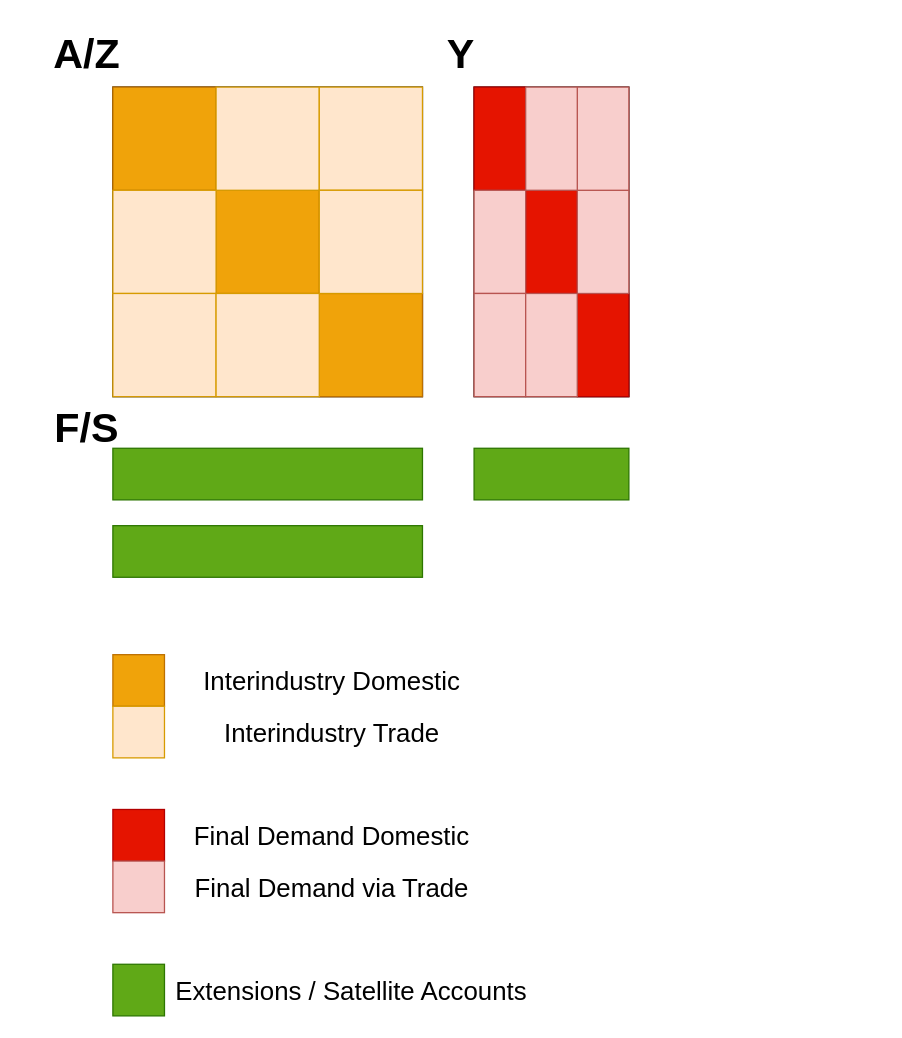
Earlier version of the draw.io diagram eemrio_structure.drawio (konstantinstadler/mrio_pres_util). Source tidied: cells renumbered, new cells numbered last; positions are measured from the earlier drawing's top-left corner, leaving out a move shared by most shapes. Both pictures are drawn from the tidied source at 129%, with x=0, y=0 at pixel (22, 22).
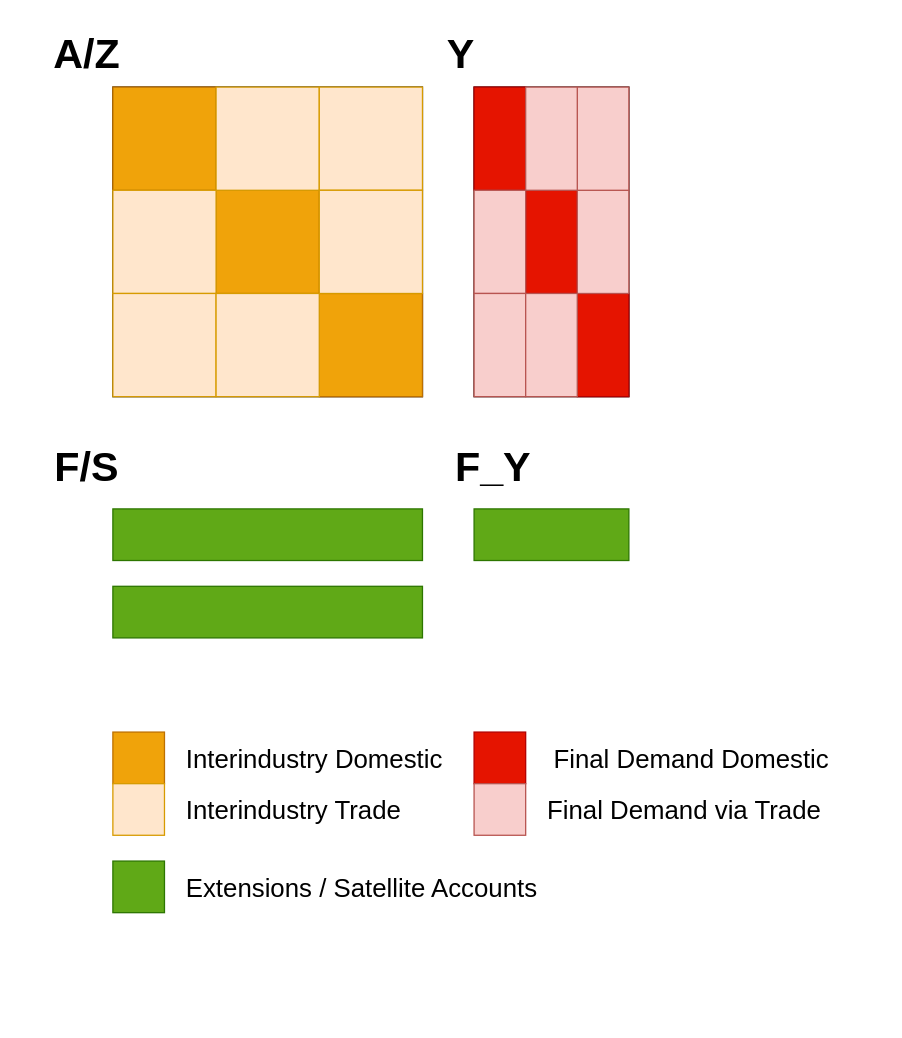
Above is the later version.

The edit, as a diff of the source:
```diff
@@
     <mxCell id="4" style="rounded=0;whiteSpace=wrap;html=1;fillColor=#60a917;fontColor=#ffffff;strokeColor=#2D7600;" parent="1" vertex="1">
-      <mxGeometry x="70" y="330" width="240" height="40" as="geometry" />
+      <mxGeometry x="70" y="377" width="240" height="40" as="geometry" />
     </mxCell>
     <mxCell id="5" style="rounded=0;whiteSpace=wrap;html=1;fillColor=#60a917;fontColor=#ffffff;strokeColor=#2D7600;" parent="1" vertex="1">
-      <mxGeometry x="70" y="390" width="240" height="40" as="geometry" />
+      <mxGeometry x="70" y="437" width="240" height="40" as="geometry" />
     </mxCell>
@@
     <mxCell id="24" style="whiteSpace=wrap;html=1;fillColor=#f0a30a;strokeColor=#BD7000;fontColor=#000000;" parent="1" vertex="1">
-      <mxGeometry x="70" y="490" width="40" height="40" as="geometry" />
+      <mxGeometry x="70" y="550" width="40" height="40" as="geometry" />
     </mxCell>
     <mxCell id="25" style="whiteSpace=wrap;html=1;fillColor=#ffe6cc;strokeColor=#d79b00;" parent="1" vertex="1">
-      <mxGeometry x="70" y="530" width="40" height="40" as="geometry" />
+      <mxGeometry x="70" y="590" width="40" height="40" as="geometry" />
     </mxCell>
     <mxCell id="26" style="rounded=0;whiteSpace=wrap;html=1;fillColor=#e51400;fontColor=#ffffff;strokeColor=#B20000;" parent="1" vertex="1">
-      <mxGeometry x="70" y="610" width="40" height="40" as="geometry" />
+      <mxGeometry x="350" y="550" width="40" height="40" as="geometry" />
     </mxCell>
     <mxCell id="27" style="rounded=0;whiteSpace=wrap;html=1;fillColor=#f8cecc;strokeColor=#b85450;" parent="1" vertex="1">
-      <mxGeometry x="70" y="650" width="40" height="40" as="geometry" />
+      <mxGeometry x="350" y="590" width="40" height="40" as="geometry" />
     </mxCell>
     <mxCell id="28" style="rounded=0;whiteSpace=wrap;html=1;fillColor=#60a917;fontColor=#ffffff;strokeColor=#2D7600;" parent="1" vertex="1">
-      <mxGeometry x="70" y="730" width="40" height="40" as="geometry" />
+      <mxGeometry x="70" y="650" width="40" height="40" as="geometry" />
     </mxCell>
-    <mxCell id="29" value="Interindustry Domestic" style="text;html=1;strokeColor=none;fillColor=none;align=center;verticalAlign=middle;whiteSpace=wrap;rounded=0;fontSize=20;" parent="1" vertex="1">
-      <mxGeometry x="110" y="490" width="260" height="40" as="geometry" />
+    <mxCell id="29" value="Interindustry Domestic" style="text;html=1;strokeColor=none;fillColor=none;align=left;verticalAlign=middle;whiteSpace=wrap;rounded=0;fontSize=20;" parent="1" vertex="1">
+      <mxGeometry x="125" y="550" width="260" height="40" as="geometry" />
     </mxCell>
-    <mxCell id="30" value="Interindustry Trade" style="text;html=1;strokeColor=none;fillColor=none;align=center;verticalAlign=middle;whiteSpace=wrap;rounded=0;fontSize=20;" parent="1" vertex="1">
-      <mxGeometry x="110" y="530" width="260" height="40" as="geometry" />
+    <mxCell id="30" value="Interindustry Trade" style="text;html=1;strokeColor=none;fillColor=none;align=left;verticalAlign=middle;whiteSpace=wrap;rounded=0;fontSize=20;" parent="1" vertex="1">
+      <mxGeometry x="125" y="590" width="260" height="40" as="geometry" />
     </mxCell>
-    <mxCell id="31" value="Final Demand Domestic" style="text;html=1;strokeColor=none;fillColor=none;align=center;verticalAlign=middle;whiteSpace=wrap;rounded=0;fontSize=20;" parent="1" vertex="1">
-      <mxGeometry x="110" y="610" width="260" height="40" as="geometry" />
+    <mxCell id="31" value="Final Demand Domestic" style="text;html=1;strokeColor=none;fillColor=none;align=left;verticalAlign=middle;whiteSpace=wrap;rounded=0;fontSize=20;" parent="1" vertex="1">
+      <mxGeometry x="410" y="550" width="255" height="40" as="geometry" />
     </mxCell>
-    <mxCell id="32" value="Final Demand via Trade" style="text;html=1;strokeColor=none;fillColor=none;align=center;verticalAlign=middle;whiteSpace=wrap;rounded=0;fontSize=20;" parent="1" vertex="1">
-      <mxGeometry x="110" y="650" width="260" height="40" as="geometry" />
+    <mxCell id="32" value="Final Demand via Trade" style="text;html=1;strokeColor=none;fillColor=none;align=left;verticalAlign=middle;whiteSpace=wrap;rounded=0;fontSize=20;" parent="1" vertex="1">
+      <mxGeometry x="405" y="590" width="260" height="40" as="geometry" />
     </mxCell>
-    <mxCell id="33" value="Extensions / Satellite Accounts" style="text;html=1;strokeColor=none;fillColor=none;align=center;verticalAlign=middle;whiteSpace=wrap;rounded=0;fontSize=20;" parent="1" vertex="1">
-      <mxGeometry x="110" y="730" width="290" height="40" as="geometry" />
+    <mxCell id="33" value="Extensions / Satellite Accounts" style="text;html=1;strokeColor=none;fillColor=none;align=left;verticalAlign=middle;whiteSpace=wrap;rounded=0;fontSize=20;" parent="1" vertex="1">
+      <mxGeometry x="125" y="650" width="290" height="40" as="geometry" />
     </mxCell>
     <mxCell id="34" style="rounded=0;whiteSpace=wrap;html=1;fillColor=#60a917;fontColor=#ffffff;strokeColor=#2D7600;" parent="1" vertex="1">
-      <mxGeometry x="350" y="330" width="120" height="40" as="geometry" />
+      <mxGeometry x="350" y="377" width="120" height="40" as="geometry" />
     </mxCell>
@@
     <mxCell id="37" value="&lt;font style=&quot;font-size: 32px;&quot;&gt;&lt;b&gt;F/S&lt;/b&gt;&lt;/font&gt;" style="text;html=1;strokeColor=none;fillColor=none;align=center;verticalAlign=middle;whiteSpace=wrap;rounded=0;" parent="1" vertex="1">
-      <mxGeometry y="290" width="100" height="50" as="geometry" />
+      <mxGeometry y="320" width="100" height="50" as="geometry" />
     </mxCell>
+    <mxCell id="38" value="&lt;font style=&quot;font-size: 32px;&quot;&gt;&lt;b&gt;F_Y&lt;/b&gt;&lt;/font&gt;" style="text;html=1;strokeColor=none;fillColor=none;align=center;verticalAlign=middle;whiteSpace=wrap;rounded=0;" parent="1" vertex="1">
+      <mxGeometry x="315" y="320" width="100" height="50" as="geometry" />
+    </mxCell>
```
